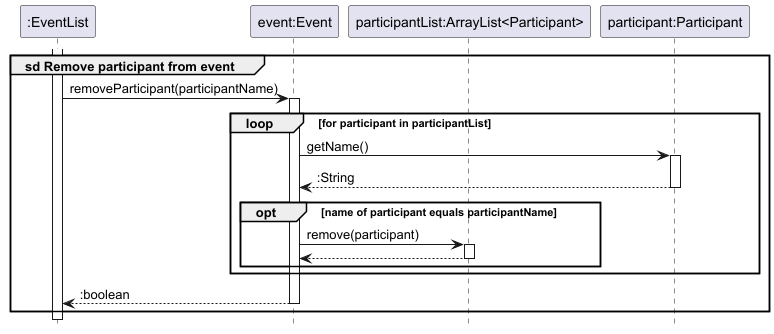
Before: docs/images/RemoveParticipantFromEvent.png, a diagram exported from PlantUML (nus-cs2113-AY2425S1/tp).
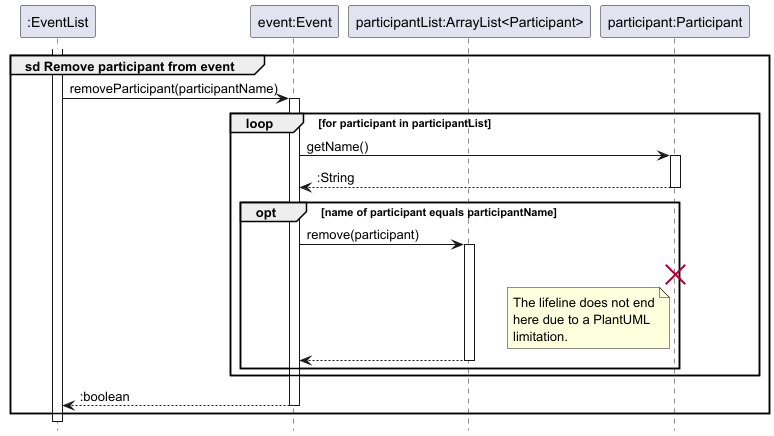
Later version of the same file.

What changed in the source:
```diff
@@ -21,6 +21,12 @@
         opt name of participant equals participantName
             event -> participantList : remove(participant)
             activate participantList
+            destroy participant
+            note left of participant
+                The lifeline does not end
+                here due to a PlantUML
+                limitation.
+            end note
             return
         end
     end
```
